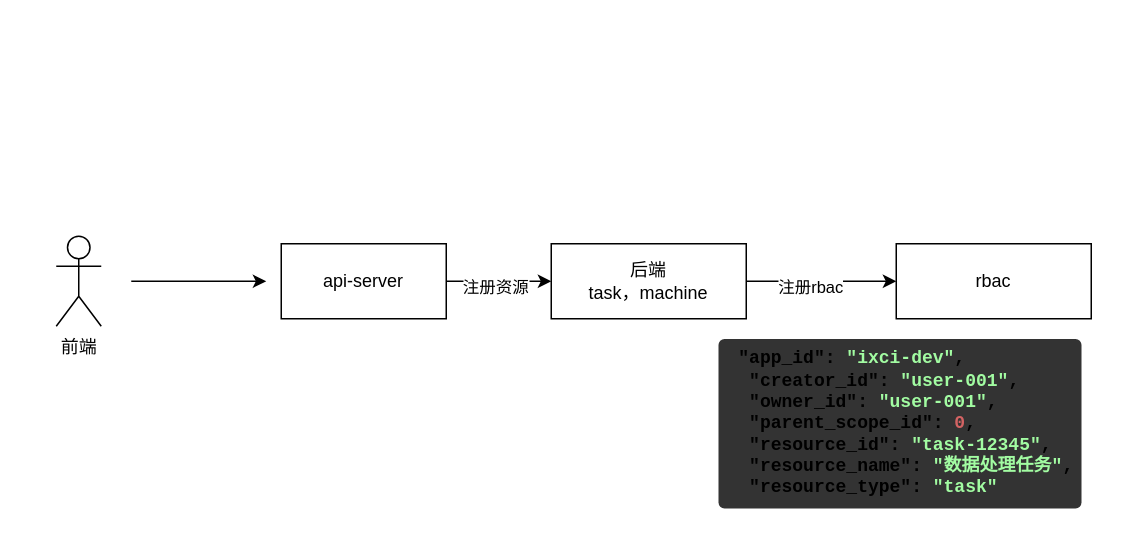
The draw.io diagram 未命名绘图.drawio in AltarIbnL/AltarIbnL, before the edit. Source tidied: cells renumbered, new cells numbered last; positions are measured from the earlier drawing's top-left corner, leaving out a move shared by most shapes. Both pictures are drawn from the tidied source at 150%, with x=0, y=0 at pixel (56, 236).
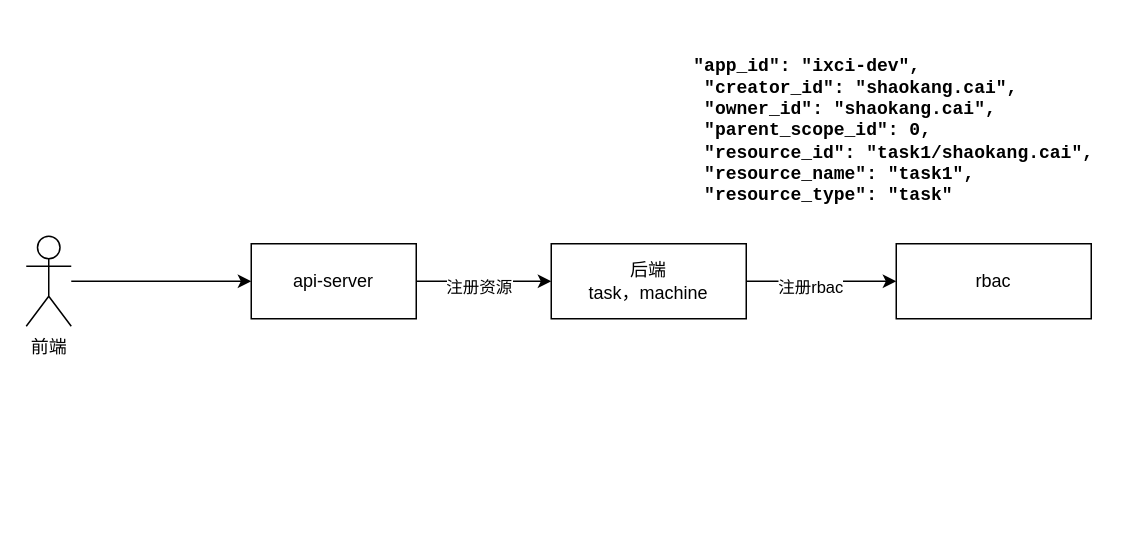
The same diagram, later.

Commit message:
资源注册流程.drawio

What changed in the source:
```diff
@@
 <mxGraphModel>
   <root>
     <mxCell id="0" />
     <mxCell id="1" parent="0" />
+    <mxCell id="12" style="edgeStyle=orthogonalEdgeStyle;rounded=0;jettySize=auto;html=1;entryX=0;entryY=0.5;entryDx=0;entryDy=0;" parent="1" edge="1" source="2" target="6">
+      <mxGeometry relative="1" as="geometry" />
+    </mxCell>
     <mxCell id="2" value="前端" style="shape=umlActor;verticalLabelPosition=bottom;verticalAlign=top;html=1;outlineConnect=0;" parent="1" vertex="1">
-      <mxGeometry width="30" height="60" as="geometry" />
+      <mxGeometry x="-20" width="30" height="60" as="geometry" />
     </mxCell>
-    <mxCell id="3" style="endArrow=classic;html=1;rounded=0;" parent="1" edge="1">
-      <mxGeometry relative="1" as="geometry">
-        <mxPoint x="50" y="30" as="sourcePoint" />
-        <mxPoint x="140" y="30" as="targetPoint" />
-      </mxGeometry>
-    </mxCell>
     <mxCell id="4" style="edgeStyle=orthogonalEdgeStyle;rounded=0;jettySize=auto;html=1;exitX=1;exitY=0.5;exitDx=0;exitDy=0;entryX=0;entryY=0.5;entryDx=0;entryDy=0;" parent="1" edge="1" source="6" target="9">
       <mxGeometry relative="1" as="geometry" />
     </mxCell>
     <mxCell id="5" value="注册资源" style="edgeLabel;html=1;align=center;verticalAlign=middle;" parent="4" vertex="1">
       <mxGeometry x="-0.08" y="-3" relative="1" as="geometry" />
     </mxCell>
     <mxCell id="6" value="api-server" style="rounded=0;whiteSpace=wrap;html=1;" parent="1" vertex="1">
-      <mxGeometry x="150" y="5" width="110" height="50" as="geometry" />
+      <mxGeometry x="130" y="5" width="110" height="50" as="geometry" />
     </mxCell>
     <mxCell id="7" style="edgeStyle=orthogonalEdgeStyle;rounded=0;jettySize=auto;html=1;entryX=0;entryY=0.5;entryDx=0;entryDy=0;" parent="1" edge="1" source="9" target="10">
       <mxGeometry relative="1" as="geometry" />
     </mxCell>
     <mxCell id="8" value="注册rbac" style="edgeLabel;html=1;align=center;verticalAlign=middle;" parent="7" vertex="1">
       <mxGeometry x="-0.16" y="-3" relative="1" as="geometry" />
     </mxCell>
     <mxCell id="9" value="后端&lt;div&gt;task，machine&lt;/div&gt;" style="rounded=0;whiteSpace=wrap;html=1;" parent="1" vertex="1">
       <mxGeometry x="330" y="5" width="130" height="50" as="geometry" />
     </mxCell>
     <mxCell id="10" value="rbac" style="rounded=0;whiteSpace=wrap;html=1;" parent="1" vertex="1">
       <mxGeometry x="560" y="5" width="130" height="50" as="geometry" />
     </mxCell>
-    <mxCell id="11" value="&lt;div&gt;&lt;div&gt;&lt;pre style=&quot;box-sizing: border-box; max-height: 400px; min-height: 6em; overflow: auto; overflow-wrap: break-word; background: rgb(51, 51, 51); border-radius: 4px; font-weight: 600; hyphens: auto; margin: 0px; padding: 0.5em; text-wrap-mode: wrap; word-break: break-word;&quot; class=&quot;body-param__example microlight&quot;&gt;&lt;code style=&quot;box-sizing: border-box; font-family: Consolas, monaco, monospace; font-size: 1em; word-break: break-all; text-wrap-mode: nowrap;&quot; class=&quot;language-json&quot;&gt;&lt;span style=&quot;box-sizing: inherit;&quot;&gt; &lt;/span&gt;&lt;span style=&quot;box-sizing: inherit;&quot; class=&quot;hljs-attr&quot;&gt;&quot;app_id&quot;&lt;/span&gt;&lt;span style=&quot;box-sizing: inherit;&quot;&gt;: &lt;/span&gt;&lt;span style=&quot;box-sizing: inherit; color: rgb(162, 252, 162);&quot;&gt;&quot;ixci-dev&quot;&lt;/span&gt;&lt;span style=&quot;box-sizing: inherit;&quot;&gt;,&lt;br&gt;&lt;/span&gt;&lt;span style=&quot;box-sizing: inherit;&quot;&gt;  &lt;/span&gt;&lt;span style=&quot;box-sizing: inherit;&quot; class=&quot;hljs-attr&quot;&gt;&quot;creator_id&quot;&lt;/span&gt;&lt;span style=&quot;box-sizing: inherit;&quot;&gt;: &lt;/span&gt;&lt;span style=&quot;box-sizing: inherit; color: rgb(162, 252, 162);&quot;&gt;&quot;user-001&quot;&lt;/span&gt;&lt;span style=&quot;box-sizing: inherit;&quot;&gt;,&lt;br&gt;&lt;/span&gt;&lt;span style=&quot;box-sizing: inherit;&quot;&gt;  &lt;/span&gt;&lt;span style=&quot;box-sizing: inherit;&quot; class=&quot;hljs-attr&quot;&gt;&quot;owner_id&quot;&lt;/span&gt;&lt;span style=&quot;box-sizing: inherit;&quot;&gt;: &lt;/span&gt;&lt;span style=&quot;box-sizing: inherit; color: rgb(162, 252, 162);&quot;&gt;&quot;user-001&quot;&lt;/span&gt;&lt;span style=&quot;box-sizing: inherit;&quot;&gt;,&lt;br&gt;&lt;/span&gt;&lt;span style=&quot;box-sizing: inherit;&quot;&gt;  &lt;/span&gt;&lt;span style=&quot;box-sizing: inherit;&quot; class=&quot;hljs-attr&quot;&gt;&quot;parent_scope_id&quot;&lt;/span&gt;&lt;span style=&quot;box-sizing: inherit;&quot;&gt;: &lt;/span&gt;&lt;span style=&quot;box-sizing: inherit; color: rgb(211, 99, 99);&quot;&gt;0&lt;/span&gt;&lt;span style=&quot;box-sizing: inherit;&quot;&gt;,&lt;br&gt;&lt;/span&gt;&lt;span style=&quot;box-sizing: inherit;&quot;&gt;  &lt;/span&gt;&lt;span style=&quot;box-sizing: inherit;&quot; class=&quot;hljs-attr&quot;&gt;&quot;resource_id&quot;&lt;/span&gt;&lt;span style=&quot;box-sizing: inherit;&quot;&gt;: &lt;/span&gt;&lt;span style=&quot;box-sizing: inherit; color: rgb(162, 252, 162);&quot;&gt;&quot;task-12345&quot;&lt;/span&gt;&lt;span style=&quot;box-sizing: inherit;&quot;&gt;,&lt;br&gt;&lt;/span&gt;&lt;span style=&quot;box-sizing: inherit;&quot;&gt;  &lt;/span&gt;&lt;span style=&quot;box-sizing: inherit;&quot; class=&quot;hljs-attr&quot;&gt;&quot;resource_name&quot;&lt;/span&gt;&lt;span style=&quot;box-sizing: inherit;&quot;&gt;: &lt;/span&gt;&lt;span style=&quot;box-sizing: inherit; color: rgb(162, 252, 162);&quot;&gt;&quot;数据处理任务&quot;&lt;/span&gt;&lt;span style=&quot;box-sizing: inherit;&quot;&gt;,&lt;br&gt;&lt;/span&gt;&lt;span style=&quot;box-sizing: inherit;&quot;&gt;  &lt;/span&gt;&lt;span style=&quot;box-sizing: inherit;&quot; class=&quot;hljs-attr&quot;&gt;&quot;resource_type&quot;&lt;/span&gt;&lt;span style=&quot;box-sizing: inherit;&quot;&gt;: &lt;/span&gt;&lt;span style=&quot;box-sizing: inherit; color: rgb(162, 252, 162);&quot;&gt;&quot;task&quot;&lt;/span&gt;&lt;/code&gt;&lt;/pre&gt;&lt;/div&gt;&lt;/div&gt;" style="text;html=1;align=left;verticalAlign=middle;whiteSpace=wrap;rounded=0;" parent="1" vertex="1">
-      <mxGeometry x="440" y="100" width="100" height="50" as="geometry" />
+    <mxCell id="11" value="&lt;div&gt;&lt;div&gt;&lt;pre style=&quot;box-sizing: border-box; max-height: 400px; min-height: 6em; overflow: auto; overflow-wrap: break-word; background-image: initial; background-position: initial; background-size: initial; background-repeat: initial; background-attachment: initial; background-origin: initial; background-clip: initial; border-radius: 4px; font-weight: 600; hyphens: auto; margin: 0px; padding: 0.5em; text-wrap-mode: wrap; word-break: break-word;&quot; class=&quot;body-param__example microlight&quot;&gt;&lt;code style=&quot;box-sizing: border-box; font-family: Consolas, monaco, monospace; font-size: 1em; word-break: break-all; text-wrap-mode: nowrap;&quot; class=&quot;language-json&quot;&gt;&lt;span style=&quot;box-sizing: inherit;&quot;&gt; &lt;/span&gt;&lt;span style=&quot;box-sizing: inherit;&quot; class=&quot;hljs-attr&quot;&gt;&quot;app_id&quot;&lt;/span&gt;&lt;span style=&quot;box-sizing: inherit;&quot;&gt;: &lt;/span&gt;&lt;span style=&quot;box-sizing: inherit;&quot;&gt;&quot;ixci-dev&quot;&lt;/span&gt;&lt;span style=&quot;box-sizing: inherit;&quot;&gt;,&lt;br&gt;&lt;/span&gt;&lt;span style=&quot;box-sizing: inherit;&quot;&gt;  &lt;/span&gt;&lt;span style=&quot;box-sizing: inherit;&quot; class=&quot;hljs-attr&quot;&gt;&quot;creator_id&quot;&lt;/span&gt;&lt;span style=&quot;box-sizing: inherit;&quot;&gt;: &lt;/span&gt;&lt;span style=&quot;box-sizing: inherit;&quot;&gt;&quot;shaokang.cai&quot;&lt;/span&gt;&lt;span style=&quot;box-sizing: inherit;&quot;&gt;,&lt;br&gt;&lt;/span&gt;&lt;span style=&quot;box-sizing: inherit;&quot;&gt;  &lt;/span&gt;&lt;span style=&quot;box-sizing: inherit;&quot; class=&quot;hljs-attr&quot;&gt;&quot;owner_id&quot;&lt;/span&gt;&lt;span style=&quot;box-sizing: inherit;&quot;&gt;: &lt;/span&gt;&lt;span style=&quot;box-sizing: inherit;&quot;&gt;&quot;shaokang.cai&quot;&lt;/span&gt;&lt;span style=&quot;box-sizing: inherit;&quot;&gt;,&lt;br&gt;&lt;/span&gt;&lt;span style=&quot;box-sizing: inherit;&quot;&gt;  &lt;/span&gt;&lt;span style=&quot;box-sizing: inherit;&quot; class=&quot;hljs-attr&quot;&gt;&quot;parent_scope_id&quot;&lt;/span&gt;&lt;span style=&quot;box-sizing: inherit;&quot;&gt;: &lt;/span&gt;&lt;span style=&quot;box-sizing: inherit;&quot;&gt;0&lt;/span&gt;&lt;span style=&quot;box-sizing: inherit;&quot;&gt;,&lt;br&gt;&lt;/span&gt;&lt;span style=&quot;box-sizing: inherit;&quot;&gt;  &lt;/span&gt;&lt;span style=&quot;box-sizing: inherit;&quot; class=&quot;hljs-attr&quot;&gt;&quot;resource_id&quot;&lt;/span&gt;&lt;span style=&quot;box-sizing: inherit;&quot;&gt;: &lt;/span&gt;&lt;span style=&quot;box-sizing: inherit;&quot;&gt;&quot;task1/shaokang.cai&quot;&lt;/span&gt;&lt;span style=&quot;box-sizing: inherit;&quot;&gt;,&lt;br&gt;&lt;/span&gt;&lt;span style=&quot;box-sizing: inherit;&quot;&gt;  &lt;/span&gt;&lt;span style=&quot;box-sizing: inherit;&quot; class=&quot;hljs-attr&quot;&gt;&quot;resource_name&quot;&lt;/span&gt;&lt;span style=&quot;box-sizing: inherit;&quot;&gt;: &lt;/span&gt;&lt;span style=&quot;box-sizing: inherit;&quot;&gt;&quot;task1&quot;&lt;span style=&quot;font-size: 1em; white-space-collapse: collapse; background-color: transparent; color: light-dark(rgb(0, 0, 0), rgb(255, 255, 255)); box-sizing: inherit;&quot;&gt;,&lt;/span&gt;&lt;br&gt;&lt;/span&gt;&lt;span style=&quot;box-sizing: inherit;&quot;&gt;  &lt;/span&gt;&lt;span style=&quot;box-sizing: inherit;&quot; class=&quot;hljs-attr&quot;&gt;&quot;resource_type&quot;&lt;/span&gt;&lt;span style=&quot;box-sizing: inherit;&quot;&gt;: &lt;/span&gt;&lt;span style=&quot;box-sizing: inherit;&quot;&gt;&quot;task&quot;&lt;/span&gt;&lt;/code&gt;&lt;/pre&gt;&lt;/div&gt;&lt;/div&gt;" style="text;html=1;align=left;verticalAlign=middle;whiteSpace=wrap;rounded=0;labelBackgroundColor=none;fontColor=default;" parent="1" vertex="1">
+      <mxGeometry x="410" y="-140" width="230" height="140" as="geometry" />
     </mxCell>
   </root>
 </mxGraphModel>
```
